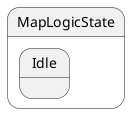
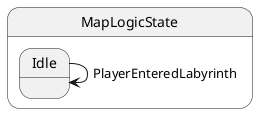
@startuml MapLogicState
state "MapLogicState" as Labyrinth_MapLogicState {
  state "Idle" as Labyrinth_MapLogicState_Idle
}
+ 
+ Labyrinth_MapLogicState_Idle --> Labyrinth_MapLogicState_Idle : PlayerEnteredLabyrinth
@enduml